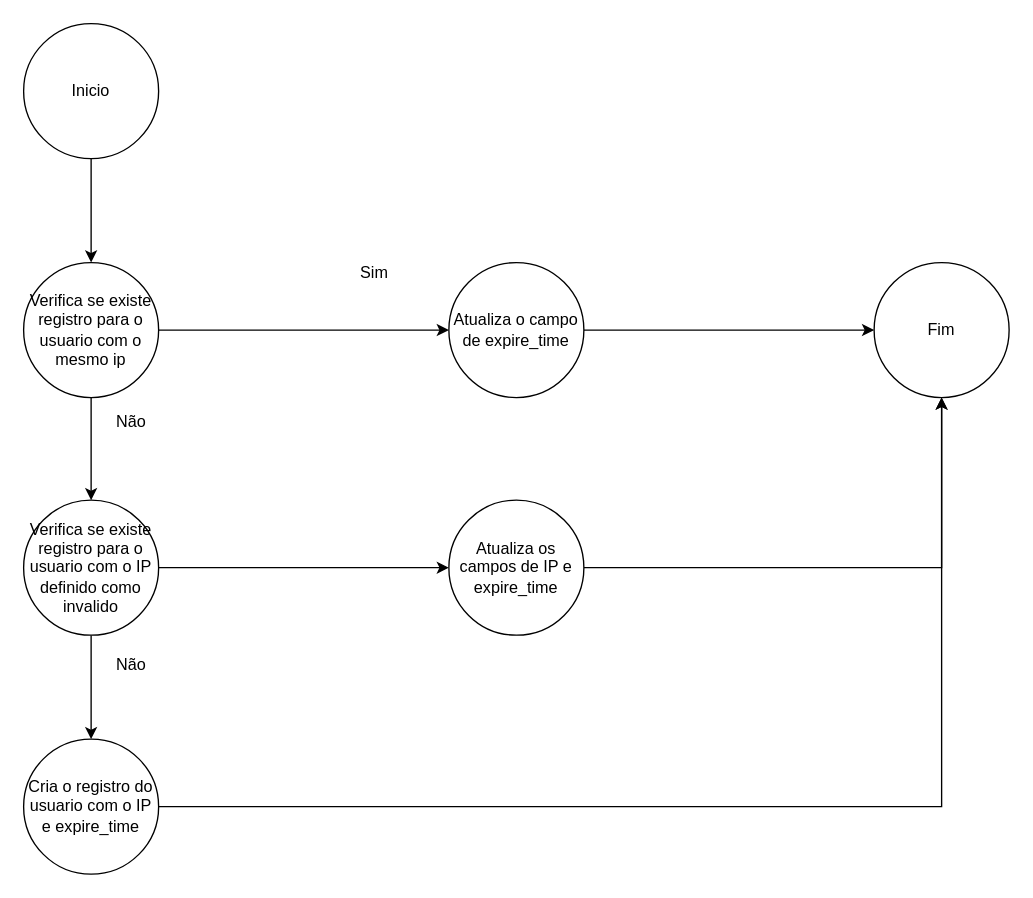
Before: use_case.drawio in ivortonev/int_user_login, a draw.io diagram. Source tidied: cells renumbered, new cells numbered last; positions are measured from the earlier drawing's top-left corner, leaving out a move shared by most shapes. Both pictures are drawn from the tidied source at 135%, with x=0, y=0 at pixel (23, 23).
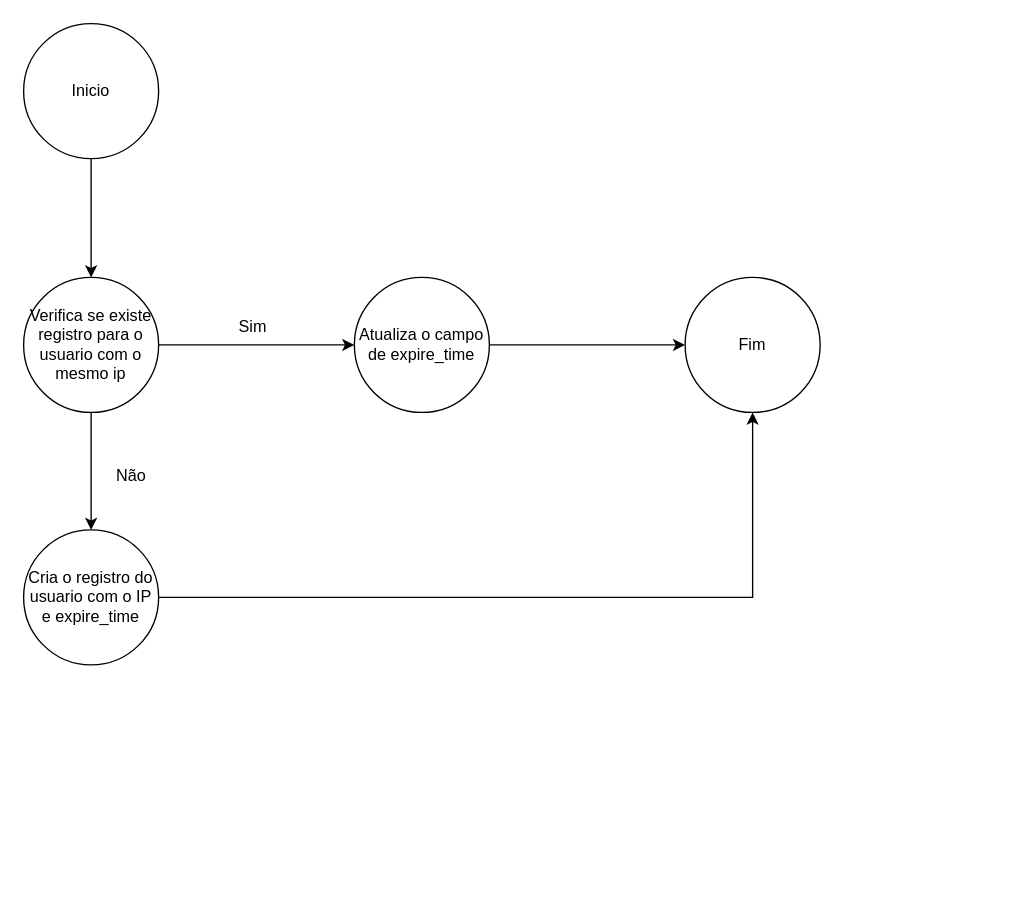
Above is the later version.

Diff of the diagram source:
```diff
@@
 <mxGraphModel>
   <root>
     <mxCell id="0" />
     <mxCell id="1" parent="0" />
     <mxCell id="2" style="edgeStyle=orthogonalEdgeStyle;rounded=0;jettySize=auto;html=1;" parent="1" edge="1" source="3" target="6">
       <mxGeometry relative="1" as="geometry" />
     </mxCell>
     <mxCell id="3" value="Inicio" style="ellipse;whiteSpace=wrap;html=1;" parent="1" vertex="1">
       <mxGeometry width="100" height="100" as="geometry" />
     </mxCell>
     <mxCell id="4" style="edgeStyle=orthogonalEdgeStyle;rounded=0;jettySize=auto;html=1;" parent="1" edge="1" source="6" target="8">
       <mxGeometry relative="1" as="geometry" />
     </mxCell>
-    <mxCell id="5" style="edgeStyle=orthogonalEdgeStyle;rounded=0;jettySize=auto;html=1;" parent="1" edge="1" source="6" target="13">
+    <mxCell id="5" style="edgeStyle=orthogonalEdgeStyle;rounded=0;jettySize=auto;html=1;entryX=0.5;entryY=0;entryDx=0;entryDy=0;" parent="1" edge="1" source="6" target="18">
       <mxGeometry relative="1" as="geometry" />
     </mxCell>
     <mxCell id="6" value="Verifica se existe registro para o usuario com o mesmo ip" style="ellipse;whiteSpace=wrap;html=1;" parent="1" vertex="1">
-      <mxGeometry y="177" width="100" height="100" as="geometry" />
+      <mxGeometry y="188" width="100" height="100" as="geometry" />
     </mxCell>
     <mxCell id="7" style="edgeStyle=orthogonalEdgeStyle;rounded=0;jettySize=auto;html=1;" parent="1" edge="1" source="8" target="10">
       <mxGeometry relative="1" as="geometry" />
     </mxCell>
     <mxCell id="8" value="Atualiza o campo de&amp;nbsp;expire_time" style="ellipse;whiteSpace=wrap;html=1;" parent="1" vertex="1">
-      <mxGeometry x="315" y="177" width="100" height="100" as="geometry" />
+      <mxGeometry x="245" y="188" width="100" height="100" as="geometry" />
     </mxCell>
     <mxCell id="9" value="Sim" style="text;html=1;align=center;verticalAlign=middle;whiteSpace=wrap;rounded=0;" parent="1" vertex="1">
-      <mxGeometry x="230" y="170" width="60" height="30" as="geometry" />
+      <mxGeometry x="140" y="210" width="60" height="30" as="geometry" />
     </mxCell>
     <mxCell id="10" value="Fim" style="ellipse;whiteSpace=wrap;html=1;" parent="1" vertex="1">
-      <mxGeometry x="630" y="177" width="100" height="100" as="geometry" />
+      <mxGeometry x="490" y="188" width="100" height="100" as="geometry" />
     </mxCell>
-    <mxCell id="11" style="edgeStyle=orthogonalEdgeStyle;rounded=0;jettySize=auto;html=1;" parent="1" edge="1" source="13" target="16">
-      <mxGeometry relative="1" as="geometry" />
-    </mxCell>
-    <mxCell id="12" style="edgeStyle=orthogonalEdgeStyle;rounded=0;jettySize=auto;html=1;" parent="1" edge="1" source="13" target="18">
-      <mxGeometry relative="1" as="geometry" />
-    </mxCell>
-    <mxCell id="13" value="Verifica se existe registro para o usuario com o IP definido como invalido" style="ellipse;whiteSpace=wrap;html=1;" parent="1" vertex="1">
-      <mxGeometry y="353" width="100" height="100" as="geometry" />
-    </mxCell>
     <mxCell id="14" value="Não" style="text;html=1;align=center;verticalAlign=middle;whiteSpace=wrap;rounded=0;" parent="1" vertex="1">
-      <mxGeometry x="50" y="280" width="60" height="30" as="geometry" />
+      <mxGeometry x="50" y="320" width="60" height="30" as="geometry" />
     </mxCell>
-    <mxCell id="15" style="edgeStyle=orthogonalEdgeStyle;rounded=0;jettySize=auto;html=1;entryX=0.5;entryY=1;entryDx=0;entryDy=0;" parent="1" edge="1" source="16" target="10">
-      <mxGeometry relative="1" as="geometry" />
-    </mxCell>
-    <mxCell id="16" value="Atualiza os campos de IP e expire_time" style="ellipse;whiteSpace=wrap;html=1;" parent="1" vertex="1">
-      <mxGeometry x="315" y="353" width="100" height="100" as="geometry" />
-    </mxCell>
     <mxCell id="17" style="edgeStyle=orthogonalEdgeStyle;rounded=0;jettySize=auto;html=1;entryX=0.5;entryY=1;entryDx=0;entryDy=0;" parent="1" edge="1" source="18" target="10">
       <mxGeometry relative="1" as="geometry" />
     </mxCell>
     <mxCell id="18" value="Cria o registro do usuario com o IP e expire_time" style="ellipse;whiteSpace=wrap;html=1;" parent="1" vertex="1">
-      <mxGeometry y="530" width="100" height="100" as="geometry" />
+      <mxGeometry y="375" width="100" height="100" as="geometry" />
     </mxCell>
-    <mxCell id="19" value="Não" style="text;html=1;align=center;verticalAlign=middle;whiteSpace=wrap;rounded=0;" parent="1" vertex="1">
-      <mxGeometry x="50" y="460" width="60" height="30" as="geometry" />
-    </mxCell>
   </root>
 </mxGraphModel>
```
